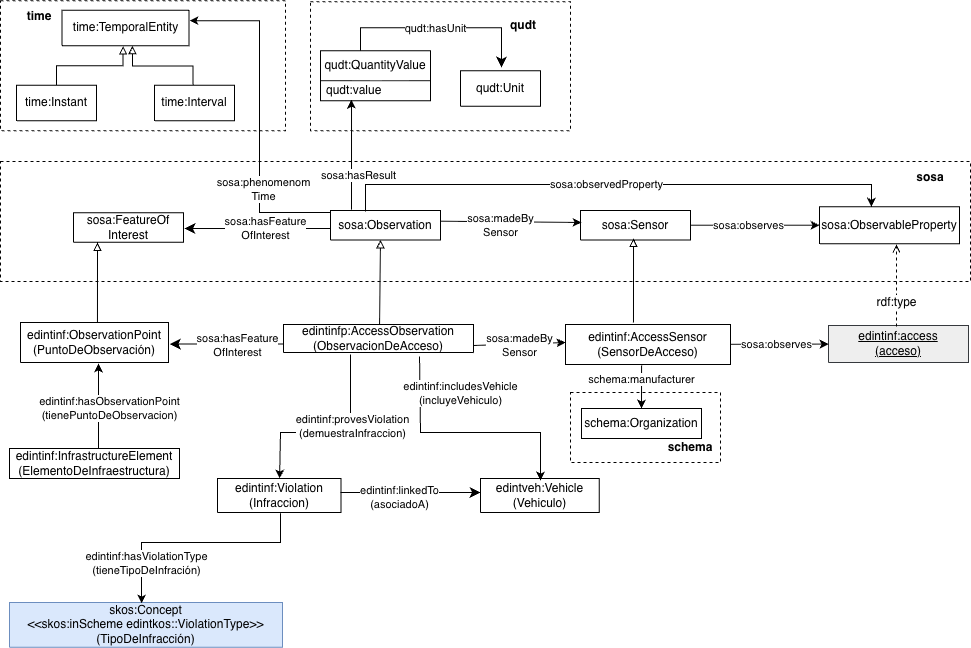
Above: documentation/images/diagrama-conceptual-AccessSensors.png in EDINT-Ontologia/edint-ontologia-infraestructura (draw.io), before the change. Source tidied: cells renumbered, new cells last; positions are measured from the earlier drawing's top-left corner, leaving out a move shared by most shapes.
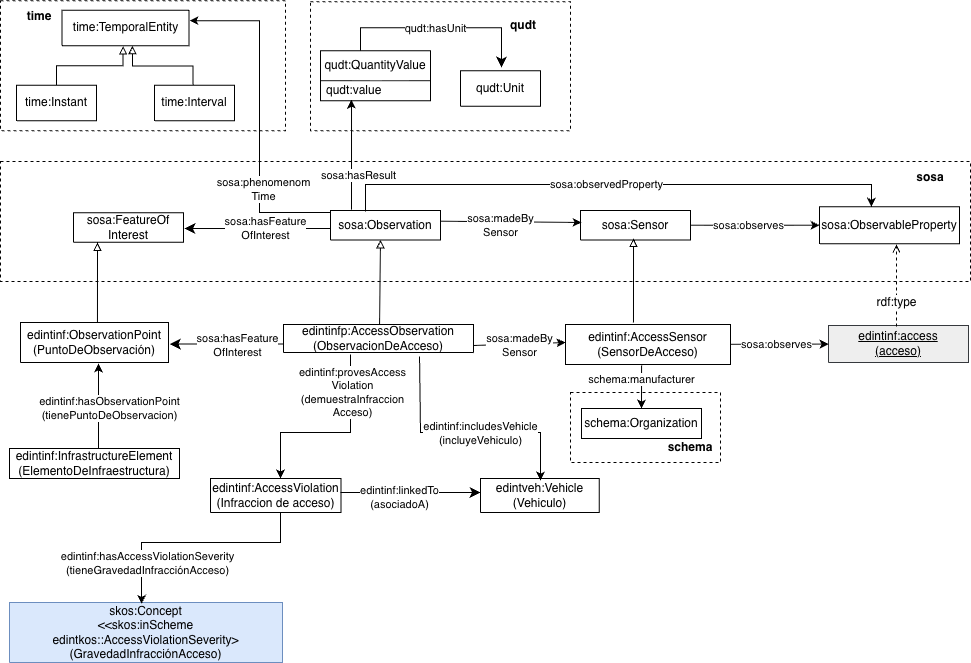
The same diagram one commit later.

Change to the diagram source:
```diff
@@ -112,10 +112,10 @@
     <mxCell id="30" value="edintinfp:AccessObservation&lt;div&gt;&lt;span style=&quot;background-color: transparent; color: light-dark(rgb(0, 0, 0), rgb(255, 255, 255));&quot;&gt;(ObservacionDeAcceso)&lt;/span&gt;&lt;/div&gt;" style="swimlane;fontStyle=0;horizontal=1;startSize=30;whiteSpace=wrap;html=1;" parent="1" vertex="1">
       <mxGeometry x="283" y="324" width="190" height="28" as="geometry" />
     </mxCell>
-    <mxCell id="31" value="&lt;font style=&quot;color: rgb(0, 0, 0); direction: ltr; letter-spacing: 0px; line-height: 120%; opacity: 1;&quot;&gt;edintinf:Violation&lt;/font&gt;&lt;div&gt;&lt;font style=&quot;color: rgb(0, 0, 0); direction: ltr; letter-spacing: 0px; line-height: 120%; opacity: 1;&quot;&gt;(Infraccion)&lt;/font&gt;&lt;/div&gt;" style="verticalAlign=middle;align=center;vsdxID=334;shape=(stored shape, 160 characters);labelBackgroundColor=none;rounded=0;html=1;whiteSpace=wrap;fontSize=12;" parent="1" vertex="1">
-      <mxGeometry x="217" y="478" width="123.5" height="34" as="geometry" />
+    <mxCell id="31" value="&lt;font style=&quot;color: rgb(0, 0, 0); direction: ltr; letter-spacing: 0px; line-height: 120%; opacity: 1;&quot;&gt;edintinf:AccessViolation&lt;/font&gt;&lt;div&gt;&lt;font style=&quot;color: rgb(0, 0, 0); direction: ltr; letter-spacing: 0px; line-height: 120%; opacity: 1;&quot;&gt;(Infraccion de acceso)&lt;/font&gt;&lt;/div&gt;" style="verticalAlign=middle;align=center;vsdxID=334;shape=(stored shape, 160 characters);labelBackgroundColor=none;rounded=0;html=1;whiteSpace=wrap;fontSize=12;" parent="1" vertex="1">
+      <mxGeometry x="210" y="478" width="130.6" height="34" as="geometry" />
     </mxCell>
-    <mxCell id="32" style="endArrow=classic;html=1;rounded=0;exitX=0.353;exitY=1.071;exitDx=0;exitDy=0;exitPerimeter=0;" parent="1" edge="1" source="30" target="31">
+    <mxCell id="32" style="endArrow=classic;html=1;rounded=0;exitX=0.353;exitY=1.071;exitDx=0;exitDy=0;exitPerimeter=0;entryX=0.536;entryY=0;entryDx=0;entryDy=0;entryPerimeter=0;" parent="1" edge="1" source="30" target="31">
       <mxGeometry relative="1" as="geometry">
         <Array as="points">
           <mxPoint x="350" y="432" />
@@ -124,8 +124,10 @@
         </Array>
       </mxGeometry>
     </mxCell>
-    <mxCell id="33" value="edintinf:proves&lt;span style=&quot;background-color: light-dark(#ffffff, var(--ge-dark-color, #121212)); color: light-dark(rgb(0, 0, 0), rgb(255, 255, 255));&quot;&gt;Violation&lt;/span&gt;&lt;div&gt;&lt;div&gt;(demuestraInfraccion)&lt;/div&gt;&lt;/div&gt;" style="edgeLabel;html=1;align=center;verticalAlign=middle;" parent="32" vertex="1">
-      <mxGeometry x="-0.26" y="1" relative="1" as="geometry" />
+    <mxCell id="33" value="edintinf:provesAccess&lt;div&gt;&lt;span style=&quot;background-color: light-dark(#ffffff, var(--ge-dark-color, #121212)); color: light-dark(rgb(0, 0, 0), rgb(255, 255, 255));&quot;&gt;Violation&lt;/span&gt;&lt;div&gt;&lt;div&gt;(demuestraInfraccion&lt;/div&gt;&lt;div&gt;Acceso)&lt;/div&gt;&lt;/div&gt;&lt;/div&gt;" style="edgeLabel;html=1;align=center;verticalAlign=middle;" parent="32" vertex="1">
+      <mxGeometry x="-0.26" y="1" relative="1" as="geometry">
+        <mxPoint y="-34" as="offset" />
+      </mxGeometry>
     </mxCell>
     <mxCell id="34" value="&lt;font style=&quot;color: rgb(0, 0, 0); direction: ltr; letter-spacing: 0px; line-height: 120%; opacity: 1;&quot;&gt;edintveh:Vehicle&lt;/font&gt;&lt;div&gt;&lt;font style=&quot;color: rgb(0, 0, 0); direction: ltr; letter-spacing: 0px; line-height: 120%; opacity: 1;&quot;&gt;(Vehiculo)&lt;/font&gt;&lt;/div&gt;" style="verticalAlign=middle;align=center;vsdxID=334;shape=(stored shape, 160 characters);labelBackgroundColor=none;rounded=0;html=1;whiteSpace=wrap;fontSize=12;" parent="1" vertex="1">
       <mxGeometry x="480" y="478" width="118.8" height="34" as="geometry" />
@@ -158,7 +160,7 @@
     </mxCell>
     <mxCell id="39" value="edintinf:includesVehicle&lt;div&gt;(incluyeVehiculo)&lt;/div&gt;" style="edgeLabel;html=1;align=center;verticalAlign=middle;" parent="38" vertex="1">
       <mxGeometry x="-0.26" y="1" relative="1" as="geometry">
-        <mxPoint x="26" y="-39" as="offset" />
+        <mxPoint x="46" y="1" as="offset" />
       </mxGeometry>
     </mxCell>
     <mxCell id="40" style="endArrow=none;html=1;rounded=0;exitX=0.5;exitY=1.025;exitDx=0;exitDy=0;entryX=0.5;entryY=0;entryDx=0;entryDy=0;exitPerimeter=0;startArrow=classic;startFill=1;endFill=0;" parent="1" edge="1">
@@ -177,18 +179,19 @@
         <mxPoint x="896" y="326" as="sourcePoint" />
       </mxGeometry>
     </mxCell>
-    <mxCell id="43" value="&lt;font style=&quot;font-size: 12px;&quot;&gt;skos:Concept&lt;/font&gt;&lt;div&gt;&lt;font style=&quot;font-size: 12px;&quot;&gt;&amp;lt;&amp;lt;skos:inScheme edintkos::ViolationType&amp;gt;&amp;gt;&lt;/font&gt;&lt;/div&gt;&lt;div&gt;&lt;font style=&quot;font-size: 12px;&quot;&gt;(TipoDeInfracción)&lt;/font&gt;&lt;/div&gt;" style="verticalAlign=middle;align=center;vsdxID=334;shape=(stored shape, 160 characters);labelBackgroundColor=none;rounded=0;html=1;whiteSpace=wrap;fillColor=#dae8fc;strokeColor=#6c8ebf;fontSize=11;" parent="1" vertex="1">
-      <mxGeometry x="9" y="602" width="273" height="44.7" as="geometry" />
+    <mxCell id="43" value="&lt;font style=&quot;font-size: 12px;&quot;&gt;skos:Concept&lt;/font&gt;&lt;div&gt;&lt;font style=&quot;font-size: 12px;&quot;&gt;&amp;lt;&amp;lt;skos:inScheme edintkos::AccessViolationSeverity&amp;gt;&lt;/font&gt;&lt;/div&gt;&lt;div&gt;&lt;font style=&quot;font-size: 12px;&quot;&gt;(GravedadInfracciónAcceso)&lt;/font&gt;&lt;/div&gt;" style="verticalAlign=middle;align=center;vsdxID=334;shape=(stored shape, 160 characters);labelBackgroundColor=none;rounded=0;html=1;whiteSpace=wrap;fillColor=#dae8fc;strokeColor=#6c8ebf;fontSize=11;" parent="1" vertex="1">
+      <mxGeometry x="9" y="602" width="273" height="60" as="geometry" />
     </mxCell>
-    <mxCell id="44" style="endArrow=classic;html=1;rounded=0;entryX=0.484;entryY=0.022;entryDx=0;entryDy=0;entryPerimeter=0;exitX=0.51;exitY=1.025;exitDx=0;exitDy=0;exitPerimeter=0;" parent="1" edge="1" source="31" target="43">
+    <mxCell id="44" style="endArrow=classic;html=1;rounded=0;entryX=0.484;entryY=0.022;entryDx=0;entryDy=0;entryPerimeter=0;" parent="1" edge="1" target="43">
       <mxGeometry relative="1" as="geometry">
+        <mxPoint x="280" y="512" as="sourcePoint" />
         <Array as="points">
           <mxPoint x="280" y="542" />
           <mxPoint x="141" y="542" />
         </Array>
       </mxGeometry>
     </mxCell>
-    <mxCell id="45" value="&lt;font&gt;edintinf:has&lt;/font&gt;&lt;span style=&quot;background-color: light-dark(#ffffff, var(--ge-dark-color, #121212)); color: light-dark(rgb(0, 0, 0), rgb(255, 255, 255));&quot;&gt;ViolationType&lt;/span&gt;&lt;div&gt;&lt;div&gt;&lt;font&gt;(tieneTipoDeInfración)&lt;/font&gt;&lt;/div&gt;&lt;/div&gt;" style="edgeLabel;html=1;align=center;verticalAlign=middle;" parent="44" vertex="1">
+    <mxCell id="45" value="&lt;font&gt;edintinf:has&lt;/font&gt;&lt;span style=&quot;background-color: light-dark(#ffffff, var(--ge-dark-color, #121212)); color: light-dark(rgb(0, 0, 0), rgb(255, 255, 255));&quot;&gt;AccessViolationSeverity&lt;/span&gt;&lt;div&gt;&lt;div&gt;&lt;font&gt;(tieneGravedadInfracciónAcceso)&lt;/font&gt;&lt;/div&gt;&lt;/div&gt;" style="edgeLabel;html=1;align=center;verticalAlign=middle;" parent="44" vertex="1">
       <mxGeometry x="0.15" y="-1" relative="1" as="geometry">
         <mxPoint x="-32" y="21" as="offset" />
       </mxGeometry>
```
